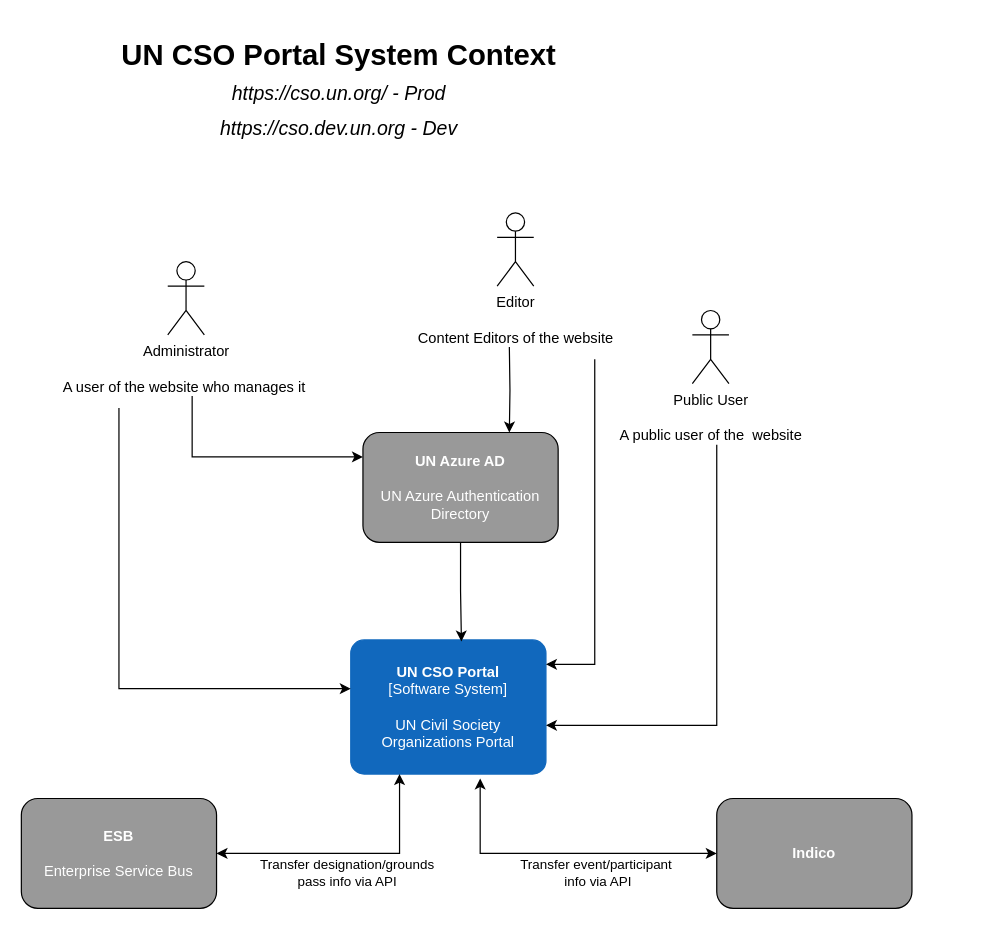
This is sdgs_context.drawio from elneto/diagramsnet, a draw.io file, before an edit. Source tidied: cells renumbered, new cells numbered last; positions are measured from the earlier drawing's top-left corner, leaving out a move shared by most shapes. Both pictures are drawn from the tidied source at 122%, with x=0, y=0 at pixel (21, 66).
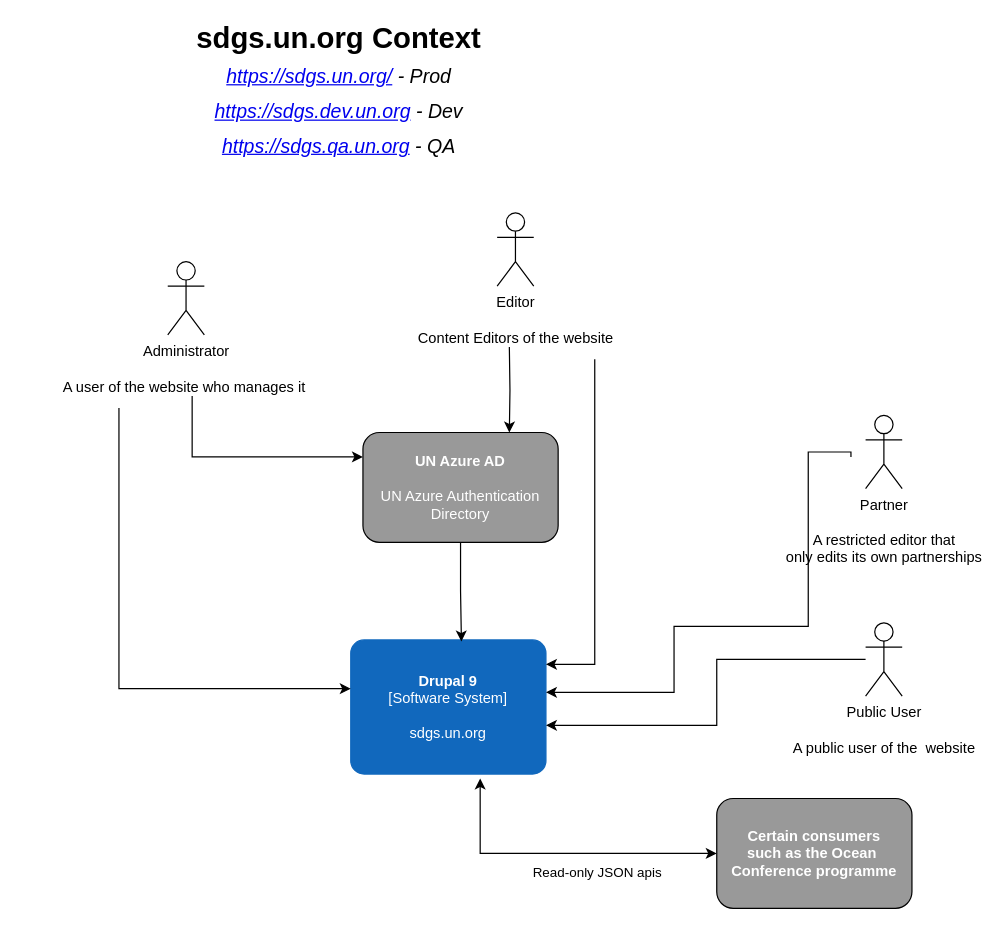
Above is the later version.

Unchanged cells that the change refers to:
```xml
<mxCell id="17" style="edgeStyle=orthogonalEdgeStyle;rounded=0;jettySize=auto;html=1;entryX=0.663;entryY=1.033;entryDx=0;entryDy=0;entryPerimeter=0;startArrow=classic;startFill=1;" parent="1" edge="1" source="19" target="2">
  <mxGeometry relative="1" as="geometry" />
</mxCell>
```

The edit, as a diff of the source:
```diff
@@
-    <object id="2" label="&lt;b&gt;%c4Name%&lt;/b&gt;&lt;div&gt;[%c4Type%]&lt;/div&gt;&lt;br&gt;&lt;div&gt;%c4Description%&lt;/div&gt;" c4Description="UN Civil Society Organizations  Portal" c4Name="UN CSO Portal" c4Type="Software System" placeholders="1">
+    <object id="2" label="&lt;b&gt;%c4Name%&lt;/b&gt;&lt;div&gt;[%c4Type%]&lt;/div&gt;&lt;br&gt;&lt;div&gt;%c4Description%&lt;/div&gt;" c4Description="sdgs.un.org" c4Name="Drupal 9" c4Type="Software System" placeholders="1">
       <mxCell style="rounded=1;whiteSpace=wrap;html=1;labelBackgroundColor=none;fillColor=#1168BD;fontColor=#ffffff;align=center;arcSize=10;strokeColor=#1168BD;metaData={&quot;c4Type&quot;:{&quot;editable&quot;:false}};points=[[0.25,0,0],[0.5,0,0],[0.75,0,0],[1,0.25,0],[1,0.5,0],[1,0.75,0],[0.75,1,0],[0.5,1,0],[0.25,1,0],[0,0.75,0],[0,0.5,0],[0,0.25,0]];" parent="1" vertex="1">
         <mxGeometry x="270" y="470" width="160" height="110" as="geometry" />
       </mxCell>
     </object>
@@
-    <mxCell id="9" style="edgeStyle=orthogonalEdgeStyle;rounded=0;jettySize=auto;html=1;startArrow=none;startFill=0;" parent="1" edge="1" target="2">
+    <mxCell id="9" style="edgeStyle=orthogonalEdgeStyle;rounded=0;jettySize=auto;html=1;startArrow=none;startFill=0;" parent="1" edge="1" source="10" target="2">
       <mxGeometry relative="1" as="geometry">
-        <mxPoint x="570" y="310" as="sourcePoint" />
         <Array as="points">
+          <mxPoint x="570" y="486" />
           <mxPoint x="570" y="540" />
         </Array>
       </mxGeometry>
     </mxCell>
     <mxCell id="10" value="Public User&lt;br&gt;&lt;br&gt;A public user of the&amp;nbsp; website" style="shape=umlActor;verticalLabelPosition=bottom;verticalAlign=top;html=1;outlineConnect=0;strokeColor=#000000;fillColor=#ffffff;" parent="1" vertex="1">
-      <mxGeometry x="550" y="200" width="30" height="60" as="geometry" />
+      <mxGeometry x="692" y="456" width="30" height="60" as="geometry" />
     </mxCell>
@@
-    <mxCell id="13" value="UN CSO Portal System Context&lt;br&gt;&lt;i style=&quot;font-size: 16px ; line-height: 9.6px&quot;&gt;&lt;span style=&quot;font-weight: 400&quot;&gt;https://cso.un.org/&lt;/span&gt;&lt;span style=&quot;font-weight: normal ; line-height: 17.6px&quot;&gt;&amp;nbsp;- Prod&lt;br&gt;https://cso.dev.un.org - Dev&lt;/span&gt;&lt;/i&gt;" style="text;strokeColor=none;fillColor=none;html=1;fontSize=24;fontStyle=1;verticalAlign=middle;align=center;" parent="1" vertex="1">
+    <mxCell id="13" value="sdgs.un.org Context&lt;br&gt;&lt;i style=&quot;font-size: 16px ; line-height: 9.6px&quot;&gt;&lt;span style=&quot;font-weight: 400&quot;&gt;&lt;a href=&quot;https://sdgs.un.org&quot;&gt;https://sdgs.un.org/&lt;/a&gt;&lt;/span&gt;&lt;span style=&quot;font-weight: normal ; line-height: 17.6px&quot;&gt;&amp;nbsp;- Prod&lt;br&gt;&lt;a href=&quot;https://sdgs.dev.un.org&quot;&gt;https://sdgs.dev.un.org&lt;/a&gt; - Dev&lt;br&gt;&lt;i style=&quot;font-weight: 700; line-height: 9.6px;&quot;&gt;&lt;span style=&quot;font-weight: normal; line-height: 17.6px;&quot;&gt;&lt;a href=&quot;https://sdgs.qa.un.org&quot;&gt;https://sdgs.qa.un.org&lt;/a&gt; - QA&lt;/span&gt;&lt;/i&gt;&lt;br&gt;&lt;/span&gt;&lt;/i&gt;" style="text;strokeColor=none;fillColor=none;html=1;fontSize=24;fontStyle=1;verticalAlign=middle;align=center;" parent="1" vertex="1">
       <mxGeometry x="210" width="100" height="40" as="geometry" />
     </mxCell>
-    <mxCell id="14" style="edgeStyle=orthogonalEdgeStyle;rounded=0;jettySize=auto;html=1;entryX=0.25;entryY=1;entryDx=0;entryDy=0;entryPerimeter=0;startArrow=classic;startFill=1;" parent="1" edge="1" source="16" target="2">
-      <mxGeometry relative="1" as="geometry" />
-    </mxCell>
-    <mxCell id="15" value="Transfer designation/grounds &lt;br&gt;pass info via API" style="edgeLabel;html=1;align=center;verticalAlign=middle;" parent="14" vertex="1">
-      <mxGeometry x="-0.15" y="-1" relative="1" as="geometry">
-        <mxPoint x="15" y="14" as="offset" />
-      </mxGeometry>
-    </mxCell>
-    <mxCell id="16" value="&lt;font color=&quot;#ffffff&quot;&gt;&lt;b&gt;ESB&lt;/b&gt;&lt;br&gt;&lt;br&gt;Enterprise Service Bus&lt;br&gt;&lt;/font&gt;" style="rounded=1;whiteSpace=wrap;html=1;strokeColor=#000000;fillColor=#999999;" parent="1" vertex="1">
-      <mxGeometry y="600" width="160" height="90" as="geometry" />
-    </mxCell>
@@
-    <mxCell id="18" value="Transfer event/participant&lt;br&gt;&amp;nbsp;info via API" style="edgeLabel;html=1;align=center;verticalAlign=middle;" parent="17" vertex="1">
+    <mxCell id="18" value="Read-only JSON apis" style="edgeLabel;html=1;align=center;verticalAlign=middle;" parent="17" vertex="1">
       <mxGeometry x="0.18" y="-2" relative="1" as="geometry">
-        <mxPoint x="51" y="17" as="offset" />
+        <mxPoint x="52" y="17" as="offset" />
       </mxGeometry>
     </mxCell>
-    <mxCell id="19" value="&lt;font color=&quot;#ffffff&quot;&gt;&lt;b&gt;Indico&lt;/b&gt;&lt;/font&gt;" style="rounded=1;whiteSpace=wrap;html=1;strokeColor=#000000;fillColor=#999999;" parent="1" vertex="1">
+    <mxCell id="19" value="&lt;font color=&quot;#ffffff&quot;&gt;&lt;b&gt;Certain consumers&lt;br&gt;such as the Ocean&amp;nbsp;&lt;br&gt;Conference programme&lt;br&gt;&lt;/b&gt;&lt;/font&gt;" style="rounded=1;whiteSpace=wrap;html=1;strokeColor=#000000;fillColor=#999999;" parent="1" vertex="1">
       <mxGeometry x="570" y="600" width="160" height="90" as="geometry" />
     </mxCell>
+    <mxCell id="20" value="Partner&lt;br&gt;&lt;br&gt;A restricted editor that &lt;br&gt;only edits its own partnerships" style="shape=umlActor;verticalLabelPosition=bottom;verticalAlign=top;html=1;strokeColor=#000000;fillColor=#ffffff;" parent="1" vertex="1">
+      <mxGeometry x="692" y="286" width="30" height="60" as="geometry" />
+    </mxCell>
+    <mxCell id="21" style="edgeStyle=orthogonalEdgeStyle;rounded=0;orthogonalLoop=1;jettySize=auto;html=1;startArrow=none;startFill=0;" parent="1" edge="1">
+      <mxGeometry relative="1" as="geometry">
+        <mxPoint x="680" y="320" as="sourcePoint" />
+        <mxPoint x="430" y="513" as="targetPoint" />
+        <Array as="points">
+          <mxPoint x="645" y="316" />
+          <mxPoint x="645" y="459" />
+          <mxPoint x="535" y="459" />
+          <mxPoint x="535" y="513" />
+        </Array>
+      </mxGeometry>
+    </mxCell>
```
